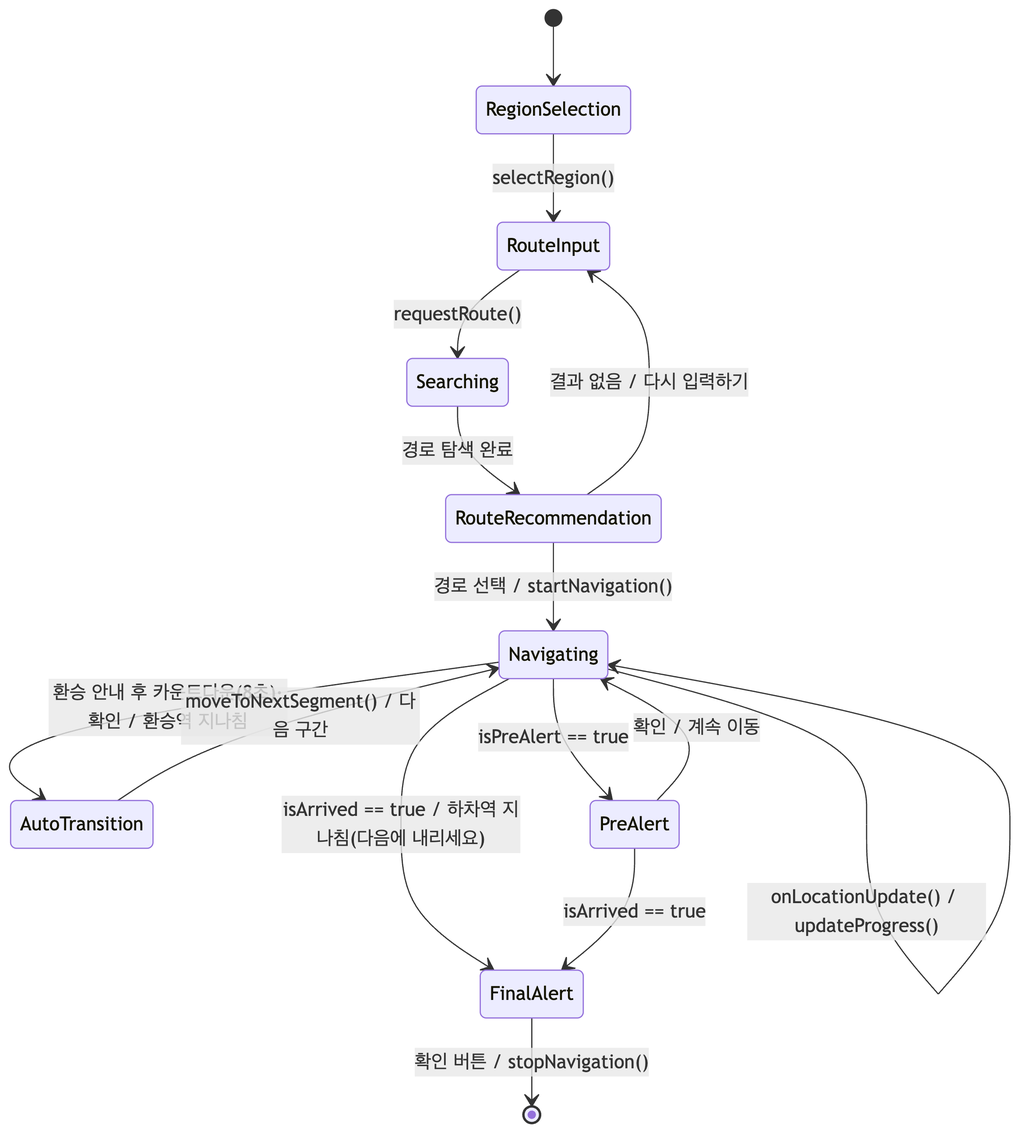
Above: images/state-machine.png in moonchanju/adigasu (Mermaid), before the change. Its source is kept beside it as diagrams/state-machine.mmd.
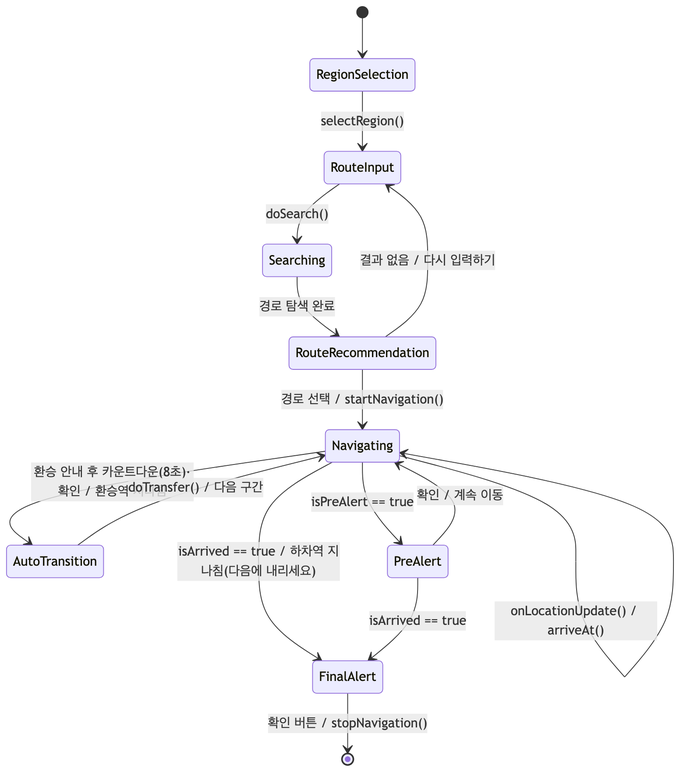
After the commit.

What changed in the source:
```diff
@@ -1,13 +1,13 @@
 stateDiagram-v2
   [*] --> RegionSelection
   RegionSelection --> RouteInput : selectRegion()
-  RouteInput --> Searching : requestRoute()
+  RouteInput --> Searching : doSearch()
   Searching --> RouteRecommendation : 경로 탐색 완료
   RouteRecommendation --> RouteInput : 결과 없음 / 다시 입력하기
   RouteRecommendation --> Navigating : 경로 선택 / startNavigation()
-  Navigating --> Navigating : onLocationUpdate() / updateProgress()
+  Navigating --> Navigating : onLocationUpdate() / arriveAt()
   Navigating --> AutoTransition : 환승 안내 후 카운트다운(8초)·확인 / 환승역 지나침
-  AutoTransition --> Navigating : moveToNextSegment() / 다음 구간
+  AutoTransition --> Navigating : doTransfer() / 다음 구간
   Navigating --> PreAlert : isPreAlert == true
   PreAlert --> Navigating : 확인 / 계속 이동
   Navigating --> FinalAlert : isArrived == true / 하차역 지나침(다음에 내리세요)
```
